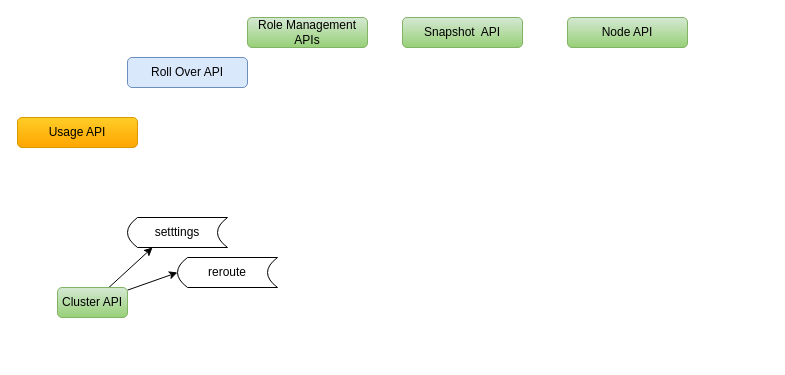
paramothers/books keeps this draw.io diagram as page "Administration APIs" (2 of 4) of My Articles/elastic stack/ES REST APIs.drawio. Above is the earlier version. Source tidied: cells renumbered, new cells numbered last; positions are measured from the earlier drawing's top-left corner, leaving out a move shared by most shapes. Both pictures are drawn from the tidied source at 100%, with x=0, y=0 at pixel (17, 17).
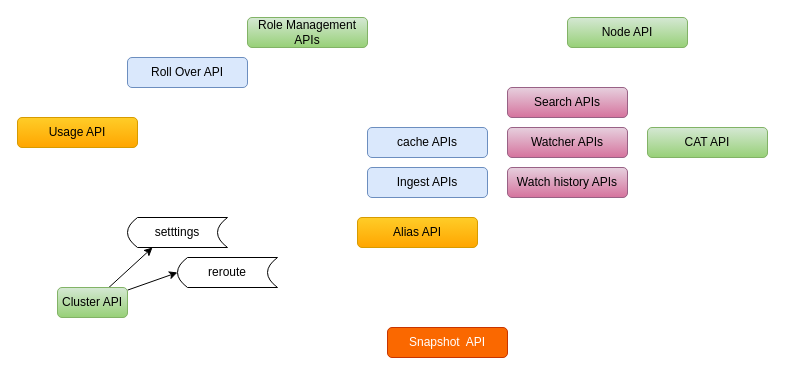
Above is the later version.

What changed in the source:
```diff
@@
 <mxGraphModel>
   <root>
     <mxCell id="0" />
     <mxCell id="1" parent="0" />
     <mxCell id="2" value="Node API" style="rounded=1;whiteSpace=wrap;html=1;gradientColor=#97d077;fillColor=#d5e8d4;strokeColor=#82b366;" parent="1" vertex="1">
       <mxGeometry x="550" width="120" height="30" as="geometry" />
     </mxCell>
-    <mxCell id="3" value="Snapshot&amp;nbsp; API" style="rounded=1;whiteSpace=wrap;html=1;gradientColor=#97d077;fillColor=#d5e8d4;strokeColor=#82b366;" parent="1" vertex="1">
-      <mxGeometry x="385" width="120" height="30" as="geometry" />
+    <mxCell id="3" value="Snapshot&amp;nbsp; API" style="rounded=1;whiteSpace=wrap;html=1;fillColor=#fa6800;strokeColor=#C73500;fontColor=#ffffff;" parent="1" vertex="1">
+      <mxGeometry x="370" y="310" width="120" height="30" as="geometry" />
     </mxCell>
     <mxCell id="4" value="Role Management APIs" style="rounded=1;whiteSpace=wrap;html=1;gradientColor=#97d077;fillColor=#d5e8d4;strokeColor=#82b366;" parent="1" vertex="1">
       <mxGeometry x="230" width="120" height="30" as="geometry" />
     </mxCell>
     <mxCell id="5" value="Roll Over API" style="rounded=1;whiteSpace=wrap;html=1;fillColor=#dae8fc;strokeColor=#6c8ebf;" parent="1" vertex="1">
       <mxGeometry x="110" y="40" width="120" height="30" as="geometry" />
     </mxCell>
     <mxCell id="6" value="Usage API" style="rounded=1;whiteSpace=wrap;html=1;gradientColor=#ffa500;fillColor=#ffcd28;strokeColor=#d79b00;" parent="1" vertex="1">
       <mxGeometry y="100" width="120" height="30" as="geometry" />
     </mxCell>
     <mxCell id="7" style="edgeStyle=none;rounded=0;jettySize=auto;html=1;entryX=0.25;entryY=1;entryDx=0;entryDy=0;" parent="1" edge="1" source="9" target="10">
       <mxGeometry relative="1" as="geometry" />
     </mxCell>
     <mxCell id="8" style="edgeStyle=none;rounded=0;jettySize=auto;html=1;entryX=0;entryY=0.5;entryDx=0;entryDy=0;" parent="1" edge="1" source="9" target="11">
       <mxGeometry relative="1" as="geometry" />
     </mxCell>
     <mxCell id="9" value="Cluster API" style="rounded=1;whiteSpace=wrap;html=1;fillColor=#d5e8d4;strokeColor=#82b366;gradientColor=#97d077;" parent="1" vertex="1">
       <mxGeometry x="40" y="270" width="70" height="30" as="geometry" />
     </mxCell>
     <mxCell id="10" value="setttings" style="shape=dataStorage;whiteSpace=wrap;html=1;" parent="1" vertex="1">
       <mxGeometry x="110" y="200" width="100" height="30" as="geometry" />
     </mxCell>
     <mxCell id="11" value="reroute" style="shape=dataStorage;whiteSpace=wrap;html=1;" parent="1" vertex="1">
       <mxGeometry x="160" y="240" width="100" height="30" as="geometry" />
     </mxCell>
+    <mxCell id="12" value="CAT API" style="rounded=1;whiteSpace=wrap;html=1;gradientColor=#97d077;fillColor=#d5e8d4;strokeColor=#82b366;" parent="1" vertex="1">
+      <mxGeometry x="630" y="110" width="120" height="30" as="geometry" />
+    </mxCell>
+    <mxCell id="13" value="Search APIs" style="rounded=1;whiteSpace=wrap;html=1;fillColor=#e6d0de;strokeColor=#996185;gradientColor=#d5739d;" parent="1" vertex="1">
+      <mxGeometry x="490" y="70" width="120" height="30" as="geometry" />
+    </mxCell>
+    <mxCell id="14" value="Ingest APIs" style="rounded=1;whiteSpace=wrap;html=1;fillColor=#dae8fc;strokeColor=#6c8ebf;" parent="1" vertex="1">
+      <mxGeometry x="350" y="150" width="120" height="30" as="geometry" />
+    </mxCell>
+    <mxCell id="15" value="Alias API" style="rounded=1;whiteSpace=wrap;html=1;gradientColor=#ffa500;fillColor=#ffcd28;strokeColor=#d79b00;" parent="1" vertex="1">
+      <mxGeometry x="340" y="200" width="120" height="30" as="geometry" />
+    </mxCell>
+    <mxCell id="16" value="Watcher APIs" style="rounded=1;whiteSpace=wrap;html=1;fillColor=#e6d0de;strokeColor=#996185;gradientColor=#d5739d;" parent="1" vertex="1">
+      <mxGeometry x="490" y="110" width="120" height="30" as="geometry" />
+    </mxCell>
+    <mxCell id="17" value="Watch history APIs" style="rounded=1;whiteSpace=wrap;html=1;fillColor=#e6d0de;strokeColor=#996185;gradientColor=#d5739d;" parent="1" vertex="1">
+      <mxGeometry x="490" y="150" width="120" height="30" as="geometry" />
+    </mxCell>
+    <mxCell id="18" value="cache APIs" style="rounded=1;whiteSpace=wrap;html=1;fillColor=#dae8fc;strokeColor=#6c8ebf;" parent="1" vertex="1">
+      <mxGeometry x="350" y="110" width="120" height="30" as="geometry" />
+    </mxCell>
   </root>
 </mxGraphModel>
```
